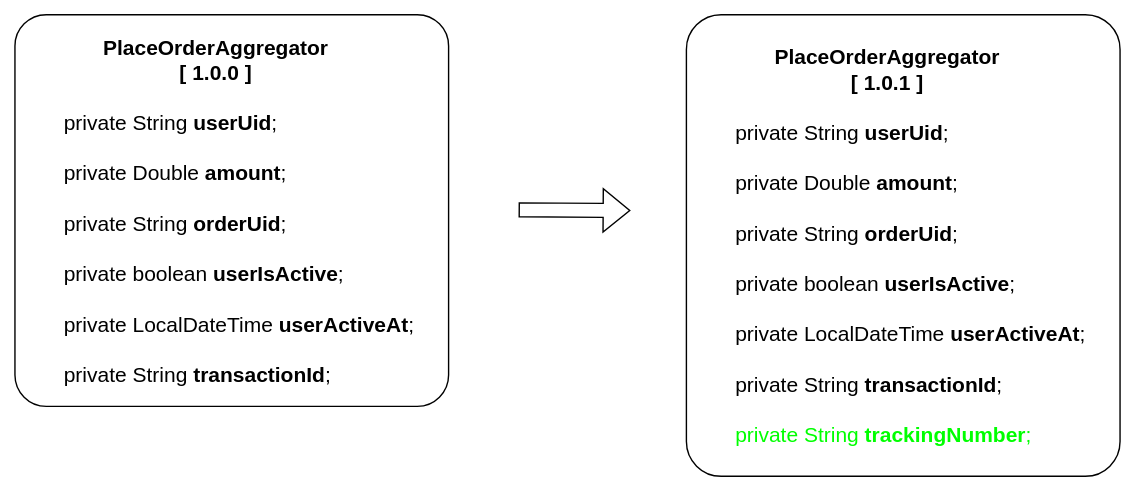
Earlier version of the draw.io export assets/img/1.0/topics/Architecture-Stacksaga-aggregator-version-up-casting.drawio.svg (mafei-dev/stacksaga-doc). Source tidied: cells renumbered, new cells last; positions are measured from the earlier drawing's top-left corner, leaving out a move shared by most shapes.
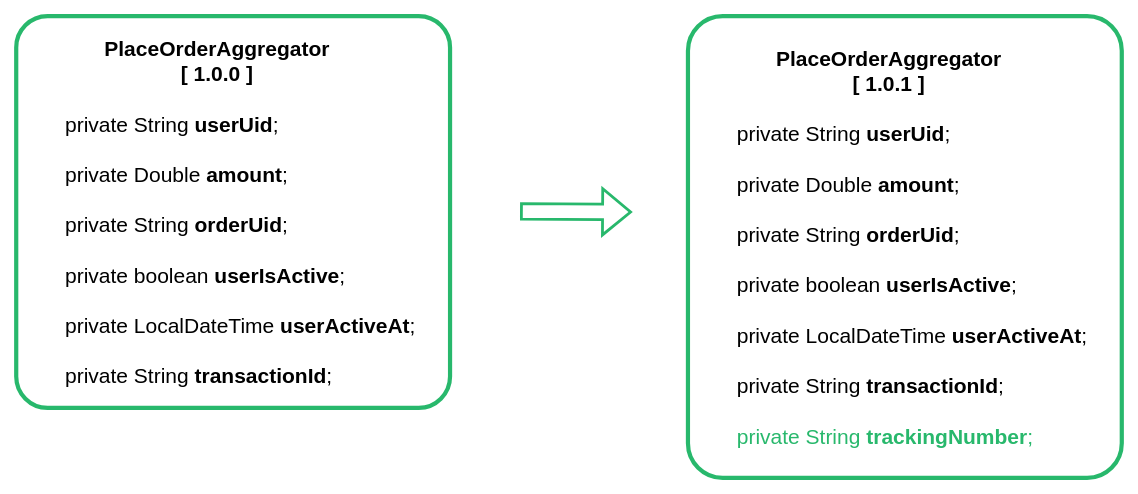
After the change.

The edit, as a diff of the source:
```diff
@@ -2,13 +2,13 @@
   <root>
     <mxCell id="0" />
     <mxCell id="1" parent="0" />
-    <mxCell id="2" value="&lt;div style=&quot;text-align: center;&quot;&gt;&lt;span style=&quot;font-size: 15px;&quot;&gt;&lt;b&gt;PlaceOrderAggregator&lt;/b&gt;&lt;/span&gt;&lt;br&gt;&lt;/div&gt;&lt;div style=&quot;text-align: center;&quot;&gt;&lt;b style=&quot;font-size: 15px;&quot;&gt;[ 1.0.1 ]&lt;/b&gt;&lt;br&gt;&lt;/div&gt;&lt;div style=&quot;font-size: 15px;&quot;&gt;&lt;br&gt;&lt;/div&gt;&lt;div style=&quot;font-size: 15px;&quot;&gt;&lt;font style=&quot;font-size: 15px;&quot;&gt;&lt;span style=&quot;&quot;&gt;&#9;&lt;/span&gt;&lt;span style=&quot;&quot;&gt;&#9;&lt;/span&gt;&lt;span style=&quot;&quot;&gt;&#9;&lt;/span&gt;&lt;span style=&quot;white-space: pre;&quot;&gt;&#9;&lt;/span&gt;private String &lt;b&gt;userUid&lt;/b&gt;;&lt;/font&gt;&lt;/div&gt;&lt;div style=&quot;font-size: 15px;&quot;&gt;&lt;font style=&quot;font-size: 15px;&quot;&gt;&lt;br&gt;&lt;/font&gt;&lt;/div&gt;&lt;div style=&quot;font-size: 15px;&quot;&gt;&lt;font style=&quot;font-size: 15px;&quot;&gt;&amp;nbsp; &amp;nbsp; &amp;nbsp; &amp;nbsp; private Double &lt;b&gt;amount&lt;/b&gt;;&lt;/font&gt;&lt;/div&gt;&lt;div style=&quot;font-size: 15px;&quot;&gt;&lt;font style=&quot;font-size: 15px;&quot;&gt;&lt;br&gt;&lt;/font&gt;&lt;/div&gt;&lt;div style=&quot;font-size: 15px;&quot;&gt;&lt;font style=&quot;font-size: 15px;&quot;&gt;&amp;nbsp; &amp;nbsp; &amp;nbsp; &amp;nbsp; private String &lt;b&gt;orderUid&lt;/b&gt;;&lt;/font&gt;&lt;/div&gt;&lt;div style=&quot;font-size: 15px;&quot;&gt;&lt;font style=&quot;font-size: 15px;&quot;&gt;&lt;br&gt;&lt;/font&gt;&lt;/div&gt;&lt;div style=&quot;font-size: 15px;&quot;&gt;&lt;font style=&quot;font-size: 15px;&quot;&gt;&amp;nbsp; &amp;nbsp; &amp;nbsp; &amp;nbsp; private boolean &lt;b&gt;userIsActive&lt;/b&gt;;&lt;/font&gt;&lt;/div&gt;&lt;div style=&quot;font-size: 15px;&quot;&gt;&lt;font style=&quot;font-size: 15px;&quot;&gt;&lt;br&gt;&lt;/font&gt;&lt;/div&gt;&lt;div style=&quot;font-size: 15px;&quot;&gt;&lt;font style=&quot;font-size: 15px;&quot;&gt;&amp;nbsp; &amp;nbsp; &amp;nbsp; &amp;nbsp; private LocalDateTime &lt;b&gt;userActiveAt&lt;/b&gt;;&lt;/font&gt;&lt;/div&gt;&lt;div style=&quot;font-size: 15px;&quot;&gt;&lt;font style=&quot;font-size: 15px;&quot;&gt;&lt;br&gt;&lt;/font&gt;&lt;/div&gt;&lt;div style=&quot;font-size: 15px;&quot;&gt;&lt;font style=&quot;font-size: 15px;&quot;&gt;&amp;nbsp; &amp;nbsp; &amp;nbsp; &amp;nbsp; private String &lt;b&gt;transactionId&lt;/b&gt;;&lt;/font&gt;&lt;/div&gt;&lt;div style=&quot;font-size: 15px;&quot;&gt;&lt;font style=&quot;font-size: 15px;&quot;&gt;&lt;span style=&quot;&quot;&gt;&#9;&lt;/span&gt;&lt;br&gt;&lt;/font&gt;&lt;/div&gt;&lt;div style=&quot;font-size: 15px;&quot;&gt;&lt;/div&gt;&lt;span style=&quot;font-size: 15px;&quot;&gt;&lt;span style=&quot;white-space: pre;&quot;&gt;&#9;&lt;/span&gt;&lt;font color=&quot;#00ff00&quot;&gt;private String &lt;b style=&quot;&quot;&gt;trackingNumber&lt;/b&gt;;&lt;/font&gt;&lt;/span&gt;" style="rounded=1;whiteSpace=wrap;html=1;align=left;arcSize=8;" parent="1" vertex="1">
+    <mxCell id="2" value="&lt;div style=&quot;text-align: center;&quot;&gt;&lt;span style=&quot;font-size: 15px;&quot;&gt;&lt;b&gt;PlaceOrderAggregator&lt;/b&gt;&lt;/span&gt;&lt;br&gt;&lt;/div&gt;&lt;div style=&quot;text-align: center;&quot;&gt;&lt;b style=&quot;font-size: 15px;&quot;&gt;[ 1.0.1 ]&lt;/b&gt;&lt;br&gt;&lt;/div&gt;&lt;div style=&quot;font-size: 15px;&quot;&gt;&lt;br&gt;&lt;/div&gt;&lt;div style=&quot;font-size: 15px;&quot;&gt;&lt;font style=&quot;font-size: 15px;&quot;&gt;&lt;span style=&quot;&quot;&gt;&#9;&lt;/span&gt;&lt;span style=&quot;&quot;&gt;&#9;&lt;/span&gt;&lt;span style=&quot;&quot;&gt;&#9;&lt;/span&gt;&lt;span style=&quot;white-space: pre;&quot;&gt;&#9;&lt;/span&gt;private String &lt;b&gt;userUid&lt;/b&gt;;&lt;/font&gt;&lt;/div&gt;&lt;div style=&quot;font-size: 15px;&quot;&gt;&lt;font style=&quot;font-size: 15px;&quot;&gt;&lt;br&gt;&lt;/font&gt;&lt;/div&gt;&lt;div style=&quot;font-size: 15px;&quot;&gt;&lt;font style=&quot;font-size: 15px;&quot;&gt;&amp;nbsp; &amp;nbsp; &amp;nbsp; &amp;nbsp; private Double &lt;b&gt;amount&lt;/b&gt;;&lt;/font&gt;&lt;/div&gt;&lt;div style=&quot;font-size: 15px;&quot;&gt;&lt;font style=&quot;font-size: 15px;&quot;&gt;&lt;br&gt;&lt;/font&gt;&lt;/div&gt;&lt;div style=&quot;font-size: 15px;&quot;&gt;&lt;font style=&quot;font-size: 15px;&quot;&gt;&amp;nbsp; &amp;nbsp; &amp;nbsp; &amp;nbsp; private String &lt;b&gt;orderUid&lt;/b&gt;;&lt;/font&gt;&lt;/div&gt;&lt;div style=&quot;font-size: 15px;&quot;&gt;&lt;font style=&quot;font-size: 15px;&quot;&gt;&lt;br&gt;&lt;/font&gt;&lt;/div&gt;&lt;div style=&quot;font-size: 15px;&quot;&gt;&lt;font style=&quot;font-size: 15px;&quot;&gt;&amp;nbsp; &amp;nbsp; &amp;nbsp; &amp;nbsp; private boolean &lt;b&gt;userIsActive&lt;/b&gt;;&lt;/font&gt;&lt;/div&gt;&lt;div style=&quot;font-size: 15px;&quot;&gt;&lt;font style=&quot;font-size: 15px;&quot;&gt;&lt;br&gt;&lt;/font&gt;&lt;/div&gt;&lt;div style=&quot;font-size: 15px;&quot;&gt;&lt;font style=&quot;font-size: 15px;&quot;&gt;&amp;nbsp; &amp;nbsp; &amp;nbsp; &amp;nbsp; private LocalDateTime &lt;b&gt;userActiveAt&lt;/b&gt;;&lt;/font&gt;&lt;/div&gt;&lt;div style=&quot;font-size: 15px;&quot;&gt;&lt;font style=&quot;font-size: 15px;&quot;&gt;&lt;br&gt;&lt;/font&gt;&lt;/div&gt;&lt;div style=&quot;font-size: 15px;&quot;&gt;&lt;font style=&quot;font-size: 15px;&quot;&gt;&amp;nbsp; &amp;nbsp; &amp;nbsp; &amp;nbsp; private String &lt;b&gt;transactionId&lt;/b&gt;;&lt;/font&gt;&lt;/div&gt;&lt;div style=&quot;font-size: 15px;&quot;&gt;&lt;font style=&quot;font-size: 15px;&quot;&gt;&lt;span style=&quot;&quot;&gt;&#9;&lt;/span&gt;&lt;br&gt;&lt;/font&gt;&lt;/div&gt;&lt;div style=&quot;font-size: 15px;&quot;&gt;&lt;/div&gt;&lt;span style=&quot;font-size: 15px;&quot;&gt;&lt;span style=&quot;white-space: pre;&quot;&gt;&#9;&lt;/span&gt;&lt;font color=&quot;#28b86c&quot;&gt;private String &lt;b style=&quot;&quot;&gt;trackingNumber&lt;/b&gt;;&lt;/font&gt;&lt;/span&gt;" style="rounded=1;whiteSpace=wrap;html=1;align=left;arcSize=8;strokeColor=#28B86C;strokeWidth=3;" parent="1" vertex="1">
       <mxGeometry x="480" width="310" height="330" as="geometry" />
     </mxCell>
-    <mxCell id="3" value="&lt;div style=&quot;text-align: center;&quot;&gt;&lt;span style=&quot;font-size: 15px;&quot;&gt;&lt;b&gt;PlaceOrderAggregator&lt;/b&gt;&lt;/span&gt;&lt;br&gt;&lt;/div&gt;&lt;div style=&quot;text-align: center;&quot;&gt;&lt;b style=&quot;font-size: 15px;&quot;&gt;[ 1.0.0 ]&lt;/b&gt;&lt;br&gt;&lt;/div&gt;&lt;div style=&quot;font-size: 15px;&quot;&gt;&lt;br&gt;&lt;/div&gt;&lt;div style=&quot;font-size: 15px;&quot;&gt;&lt;font style=&quot;font-size: 15px;&quot;&gt;&lt;span style=&quot;&quot;&gt;&#9;&lt;/span&gt;&lt;span style=&quot;&quot;&gt;&#9;&lt;/span&gt;&lt;span style=&quot;white-space: pre;&quot;&gt;&#9;&lt;/span&gt;private String &lt;b&gt;userUid&lt;/b&gt;;&lt;/font&gt;&lt;/div&gt;&lt;div style=&quot;font-size: 15px;&quot;&gt;&lt;font style=&quot;font-size: 15px;&quot;&gt;&lt;br&gt;&lt;/font&gt;&lt;/div&gt;&lt;div style=&quot;font-size: 15px;&quot;&gt;&lt;font style=&quot;font-size: 15px;&quot;&gt;&amp;nbsp; &amp;nbsp; &amp;nbsp; &amp;nbsp; private Double &lt;b&gt;amount&lt;/b&gt;;&lt;/font&gt;&lt;/div&gt;&lt;div style=&quot;font-size: 15px;&quot;&gt;&lt;font style=&quot;font-size: 15px;&quot;&gt;&lt;br&gt;&lt;/font&gt;&lt;/div&gt;&lt;div style=&quot;font-size: 15px;&quot;&gt;&lt;font style=&quot;font-size: 15px;&quot;&gt;&amp;nbsp; &amp;nbsp; &amp;nbsp; &amp;nbsp; private String &lt;b&gt;orderUid&lt;/b&gt;;&lt;/font&gt;&lt;/div&gt;&lt;div style=&quot;font-size: 15px;&quot;&gt;&lt;font style=&quot;font-size: 15px;&quot;&gt;&lt;br&gt;&lt;/font&gt;&lt;/div&gt;&lt;div style=&quot;font-size: 15px;&quot;&gt;&lt;font style=&quot;font-size: 15px;&quot;&gt;&amp;nbsp; &amp;nbsp; &amp;nbsp; &amp;nbsp; private boolean &lt;b&gt;userIsActive&lt;/b&gt;;&lt;/font&gt;&lt;/div&gt;&lt;div style=&quot;font-size: 15px;&quot;&gt;&lt;font style=&quot;font-size: 15px;&quot;&gt;&lt;br&gt;&lt;/font&gt;&lt;/div&gt;&lt;div style=&quot;font-size: 15px;&quot;&gt;&lt;font style=&quot;font-size: 15px;&quot;&gt;&amp;nbsp; &amp;nbsp; &amp;nbsp; &amp;nbsp; private LocalDateTime &lt;b&gt;userActiveAt&lt;/b&gt;;&lt;/font&gt;&lt;/div&gt;&lt;div style=&quot;font-size: 15px;&quot;&gt;&lt;font style=&quot;font-size: 15px;&quot;&gt;&lt;br&gt;&lt;/font&gt;&lt;/div&gt;&lt;div style=&quot;font-size: 15px;&quot;&gt;&lt;font style=&quot;font-size: 15px;&quot;&gt;&amp;nbsp; &amp;nbsp; &amp;nbsp; &amp;nbsp; private String &lt;b&gt;transactionId&lt;/b&gt;;&lt;/font&gt;&lt;/div&gt;" style="rounded=1;whiteSpace=wrap;html=1;align=left;arcSize=8;" parent="1" vertex="1">
+    <mxCell id="3" value="&lt;div style=&quot;text-align: center;&quot;&gt;&lt;span style=&quot;font-size: 15px;&quot;&gt;&lt;b&gt;PlaceOrderAggregator&lt;/b&gt;&lt;/span&gt;&lt;br&gt;&lt;/div&gt;&lt;div style=&quot;text-align: center;&quot;&gt;&lt;b style=&quot;font-size: 15px;&quot;&gt;[ 1.0.0 ]&lt;/b&gt;&lt;br&gt;&lt;/div&gt;&lt;div style=&quot;font-size: 15px;&quot;&gt;&lt;br&gt;&lt;/div&gt;&lt;div style=&quot;font-size: 15px;&quot;&gt;&lt;font style=&quot;font-size: 15px;&quot;&gt;&lt;span style=&quot;&quot;&gt;&#9;&lt;/span&gt;&lt;span style=&quot;&quot;&gt;&#9;&lt;/span&gt;&lt;span style=&quot;white-space: pre;&quot;&gt;&#9;&lt;/span&gt;private String &lt;b&gt;userUid&lt;/b&gt;;&lt;/font&gt;&lt;/div&gt;&lt;div style=&quot;font-size: 15px;&quot;&gt;&lt;font style=&quot;font-size: 15px;&quot;&gt;&lt;br&gt;&lt;/font&gt;&lt;/div&gt;&lt;div style=&quot;font-size: 15px;&quot;&gt;&lt;font style=&quot;font-size: 15px;&quot;&gt;&amp;nbsp; &amp;nbsp; &amp;nbsp; &amp;nbsp; private Double &lt;b&gt;amount&lt;/b&gt;;&lt;/font&gt;&lt;/div&gt;&lt;div style=&quot;font-size: 15px;&quot;&gt;&lt;font style=&quot;font-size: 15px;&quot;&gt;&lt;br&gt;&lt;/font&gt;&lt;/div&gt;&lt;div style=&quot;font-size: 15px;&quot;&gt;&lt;font style=&quot;font-size: 15px;&quot;&gt;&amp;nbsp; &amp;nbsp; &amp;nbsp; &amp;nbsp; private String &lt;b&gt;orderUid&lt;/b&gt;;&lt;/font&gt;&lt;/div&gt;&lt;div style=&quot;font-size: 15px;&quot;&gt;&lt;font style=&quot;font-size: 15px;&quot;&gt;&lt;br&gt;&lt;/font&gt;&lt;/div&gt;&lt;div style=&quot;font-size: 15px;&quot;&gt;&lt;font style=&quot;font-size: 15px;&quot;&gt;&amp;nbsp; &amp;nbsp; &amp;nbsp; &amp;nbsp; private boolean &lt;b&gt;userIsActive&lt;/b&gt;;&lt;/font&gt;&lt;/div&gt;&lt;div style=&quot;font-size: 15px;&quot;&gt;&lt;font style=&quot;font-size: 15px;&quot;&gt;&lt;br&gt;&lt;/font&gt;&lt;/div&gt;&lt;div style=&quot;font-size: 15px;&quot;&gt;&lt;font style=&quot;font-size: 15px;&quot;&gt;&amp;nbsp; &amp;nbsp; &amp;nbsp; &amp;nbsp; private LocalDateTime &lt;b&gt;userActiveAt&lt;/b&gt;;&lt;/font&gt;&lt;/div&gt;&lt;div style=&quot;font-size: 15px;&quot;&gt;&lt;font style=&quot;font-size: 15px;&quot;&gt;&lt;br&gt;&lt;/font&gt;&lt;/div&gt;&lt;div style=&quot;font-size: 15px;&quot;&gt;&lt;font style=&quot;font-size: 15px;&quot;&gt;&amp;nbsp; &amp;nbsp; &amp;nbsp; &amp;nbsp; private String &lt;b&gt;transactionId&lt;/b&gt;;&lt;/font&gt;&lt;/div&gt;" style="rounded=1;whiteSpace=wrap;html=1;align=left;arcSize=8;strokeColor=#28B86C;strokeWidth=3;" parent="1" vertex="1">
       <mxGeometry width="310" height="280" as="geometry" />
     </mxCell>
-    <mxCell id="4" style="shape=flexArrow;endArrow=classic;html=1;rounded=0;fontSize=15;fontColor=#00FF00;" parent="1" edge="1">
+    <mxCell id="4" style="shape=flexArrow;endArrow=classic;html=1;rounded=0;fontSize=15;fontColor=#00FF00;strokeColor=#28B86C;strokeWidth=2;" parent="1" edge="1">
       <mxGeometry relative="1" as="geometry">
         <mxPoint x="360" y="139.5" as="sourcePoint" />
         <mxPoint x="440" y="140" as="targetPoint" />
```
